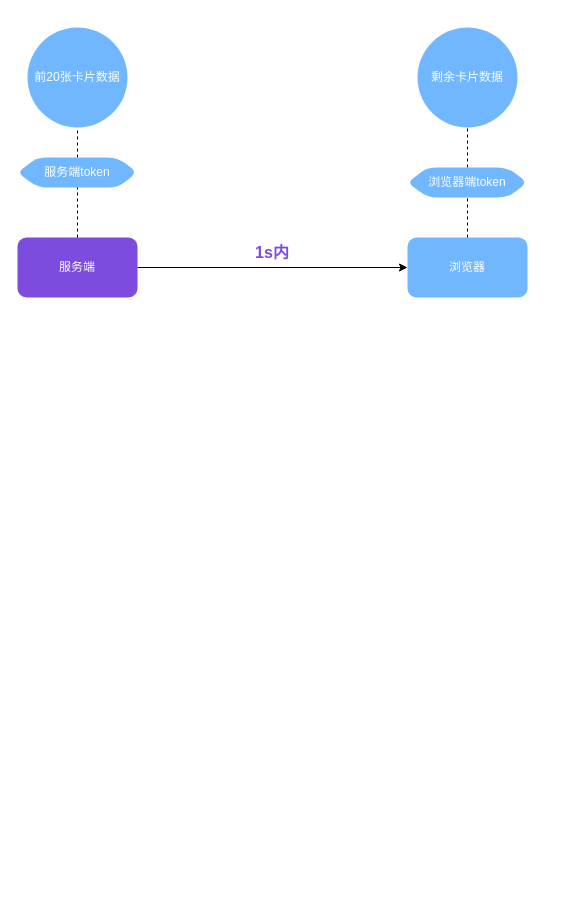
Before: AssessmentVol2.drawio in donaldxdonald/MyDrawIO, a draw.io diagram. Source tidied: cells renumbered, new cells numbered last; positions are measured from the earlier drawing's top-left corner, leaving out a move shared by most shapes. Both pictures are drawn from the tidied source at 100%, with x=0, y=0 at pixel (17, 27).
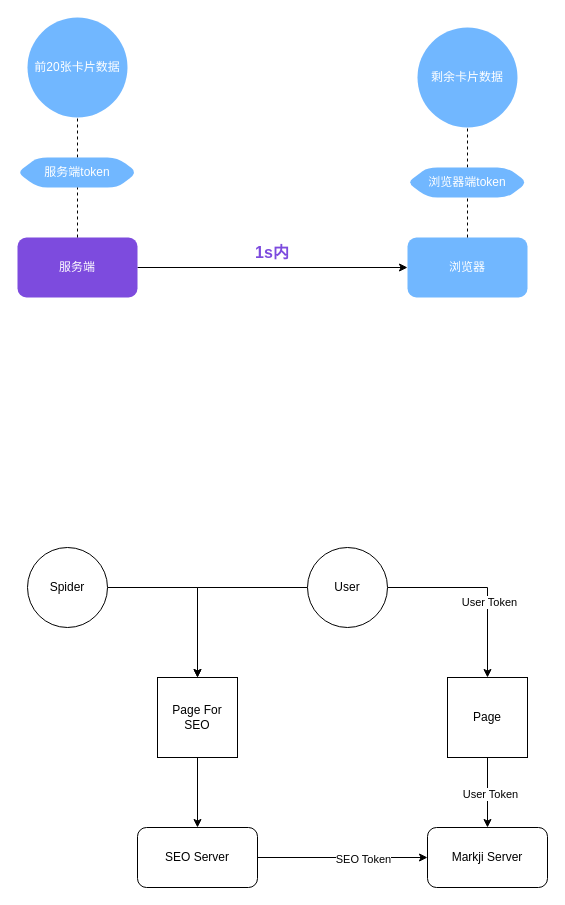
After the change.

The edit, as a diff of the source:
```diff
@@
     <mxCell id="5" value="前20张卡片数据" style="ellipse;whiteSpace=wrap;html=1;rounded=1;shadow=0;glass=0;sketch=0;fontColor=#FFFFFF;fillColor=#71B7FF;gradientColor=none;gradientDirection=radial;strokeColor=none;" parent="1" vertex="1">
-      <mxGeometry x="10" width="100" height="100" as="geometry" />
+      <mxGeometry x="10" y="-10" width="100" height="100" as="geometry" />
     </mxCell>
@@
+    <mxCell id="14" style="edgeStyle=orthogonalEdgeStyle;rounded=0;jettySize=auto;html=1;entryX=0.5;entryY=0;entryDx=0;entryDy=0;" parent="1" edge="1" source="15" target="21">
+      <mxGeometry relative="1" as="geometry" />
+    </mxCell>
+    <mxCell id="15" value="Spider" style="ellipse;whiteSpace=wrap;html=1;" parent="1" vertex="1">
+      <mxGeometry x="10" y="520" width="80" height="80" as="geometry" />
+    </mxCell>
+    <mxCell id="16" style="edgeStyle=orthogonalEdgeStyle;rounded=0;jettySize=auto;html=1;entryX=0.5;entryY=0;entryDx=0;entryDy=0;" parent="1" edge="1" source="19" target="21">
+      <mxGeometry relative="1" as="geometry" />
+    </mxCell>
+    <mxCell id="17" style="edgeStyle=orthogonalEdgeStyle;rounded=0;jettySize=auto;html=1;entryX=0.5;entryY=0;entryDx=0;entryDy=0;" parent="1" edge="1" source="19" target="28">
+      <mxGeometry relative="1" as="geometry" />
+    </mxCell>
+    <mxCell id="18" value="User Token" style="edgeLabel;html=1;align=center;verticalAlign=middle;" parent="17" vertex="1">
+      <mxGeometry x="0.2" y="1" relative="1" as="geometry" />
+    </mxCell>
+    <mxCell id="19" value="User" style="ellipse;whiteSpace=wrap;html=1;" parent="1" vertex="1">
+      <mxGeometry x="290" y="520" width="80" height="80" as="geometry" />
+    </mxCell>
+    <mxCell id="20" style="edgeStyle=orthogonalEdgeStyle;rounded=0;jettySize=auto;html=1;entryX=0.5;entryY=0;entryDx=0;entryDy=0;" parent="1" edge="1" source="21" target="24">
+      <mxGeometry relative="1" as="geometry" />
+    </mxCell>
+    <mxCell id="21" value="Page For SEO" style="whiteSpace=wrap;html=1;" parent="1" vertex="1">
+      <mxGeometry x="140" y="650" width="80" height="80" as="geometry" />
+    </mxCell>
+    <mxCell id="22" style="edgeStyle=orthogonalEdgeStyle;rounded=0;jettySize=auto;html=1;entryX=0;entryY=0.5;entryDx=0;entryDy=0;" parent="1" edge="1" source="24" target="25">
+      <mxGeometry relative="1" as="geometry" />
+    </mxCell>
+    <mxCell id="23" value="SEO Token" style="edgeLabel;html=1;align=center;verticalAlign=middle;" parent="22" vertex="1">
+      <mxGeometry x="0.23" y="-1" relative="1" as="geometry" />
+    </mxCell>
+    <mxCell id="24" value="SEO Server" style="rounded=1;whiteSpace=wrap;html=1;" parent="1" vertex="1">
+      <mxGeometry x="120" y="800" width="120" height="60" as="geometry" />
+    </mxCell>
+    <mxCell id="25" value="Markji Server" style="rounded=1;whiteSpace=wrap;html=1;" parent="1" vertex="1">
+      <mxGeometry x="410" y="800" width="120" height="60" as="geometry" />
+    </mxCell>
+    <mxCell id="26" style="edgeStyle=orthogonalEdgeStyle;rounded=0;jettySize=auto;html=1;entryX=0.5;entryY=0;entryDx=0;entryDy=0;" parent="1" edge="1" source="28" target="25">
+      <mxGeometry relative="1" as="geometry" />
+    </mxCell>
+    <mxCell id="27" value="User Token" style="edgeLabel;html=1;align=center;verticalAlign=middle;" parent="26" vertex="1">
+      <mxGeometry x="0.04" y="2" relative="1" as="geometry" />
+    </mxCell>
+    <mxCell id="28" value="Page" style="whiteSpace=wrap;html=1;" parent="1" vertex="1">
+      <mxGeometry x="430" y="650" width="80" height="80" as="geometry" />
+    </mxCell>
```
